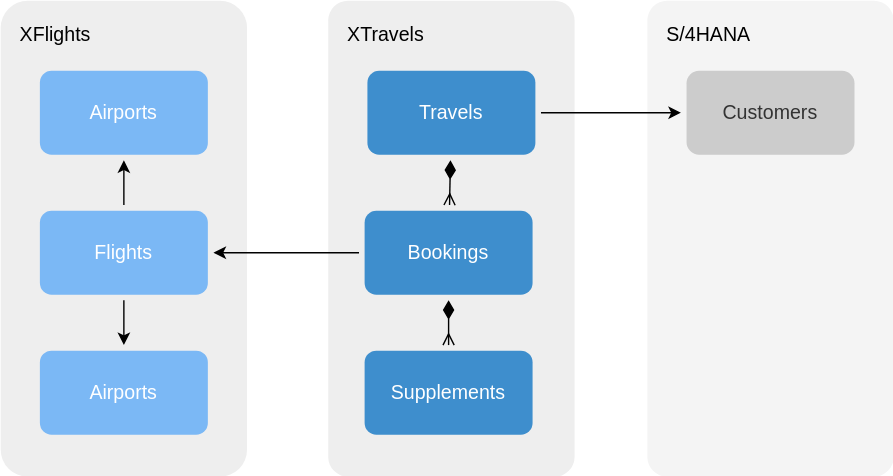
capire/docs keeps this draw.io diagram as guides/integration/assets/xtravels-sample.drawio.svg. Above is the earlier version. Source tidied: cells renumbered, new cells last; positions are measured from the earlier drawing's top-left corner, leaving out a move shared by most shapes. The source it was exported from:
```xml
<mxGraphModel>
  <root>
    <mxCell id="0" />
    <mxCell id="1" parent="0" />
    <mxCell id="2" value="S/4HANA" style="rounded=1;whiteSpace=wrap;html=1;strokeWidth=2;perimeterSpacing=4;strokeColor=none;fillColor=#F4F4F4;arcSize=8;align=left;verticalAlign=top;spacingLeft=3;spacing=11;fontFamily=Helvetica;fontSize=14;fontColor=default;" parent="1" vertex="1">
      <mxGeometry x="462" width="176" height="340" as="geometry" />
    </mxCell>
    <mxCell id="3" value="XFlights" style="rounded=1;whiteSpace=wrap;html=1;strokeWidth=2;perimeterSpacing=4;strokeColor=none;fillColor=#EEEEEE;arcSize=11;labelPosition=center;verticalLabelPosition=middle;align=left;verticalAlign=top;spacing=11;spacingLeft=3;fontSize=14;" parent="1" vertex="1">
      <mxGeometry width="176" height="340" as="geometry" />
    </mxCell>
    <mxCell id="4" value="XTravels" style="rounded=1;whiteSpace=wrap;html=1;strokeWidth=2;perimeterSpacing=4;strokeColor=none;fillColor=#EEEEEE;arcSize=8;align=left;verticalAlign=top;spacingLeft=3;spacing=11;fontFamily=Helvetica;fontSize=14;fontColor=default;" parent="1" vertex="1">
      <mxGeometry x="234" width="176" height="340" as="geometry" />
    </mxCell>
    <mxCell id="5" style="rounded=0;jettySize=auto;html=1;startArrow=diamondThin;startFill=1;startSize=11;endArrow=ERmany;endFill=0;" parent="1" edge="1" source="6" target="9">
      <mxGeometry relative="1" as="geometry" />
    </mxCell>
    <mxCell id="6" value="Travels" style="rounded=1;whiteSpace=wrap;html=1;strokeWidth=2;flipH=1;perimeterSpacing=4;fontSize=14;shadow=0;align=center;verticalAlign=middle;spacingLeft=0;spacingRight=0;spacing=10;arcSize=14;fontFamily=Helvetica;fontColor=#FFFFFF;fontStyle=0;labelBackgroundColor=none;fillColor=#3E8ECD;strokeColor=none;" parent="1" vertex="1">
      <mxGeometry x="262" y="50" width="120" height="60" as="geometry" />
    </mxCell>
    <mxCell id="7" style="rounded=0;jettySize=auto;html=1;" parent="1" edge="1" source="9" target="10">
      <mxGeometry relative="1" as="geometry" />
    </mxCell>
    <mxCell id="8" style="rounded=0;jettySize=auto;html=1;" parent="1" edge="1" source="6" target="15">
      <mxGeometry relative="1" as="geometry" />
    </mxCell>
    <mxCell id="9" value="Bookings" style="rounded=1;whiteSpace=wrap;html=1;strokeWidth=2;flipH=1;perimeterSpacing=4;fontSize=14;shadow=0;align=center;verticalAlign=middle;spacingLeft=0;spacingRight=0;spacing=10;arcSize=14;fontFamily=Helvetica;fontColor=#FFFFFF;fontStyle=0;labelBackgroundColor=none;fillColor=#3E8ECD;strokeColor=none;" parent="1" vertex="1">
      <mxGeometry x="260" y="150" width="120" height="60" as="geometry" />
    </mxCell>
    <mxCell id="10" value="Flights" style="rounded=1;whiteSpace=wrap;html=1;strokeWidth=2;flipH=1;perimeterSpacing=4;fontSize=14;shadow=0;align=center;verticalAlign=middle;spacingLeft=0;spacingRight=0;spacing=10;arcSize=14;fontFamily=Helvetica;fontColor=#FFFFFF;fontStyle=0;labelBackgroundColor=none;fillColor=#7BB8F5;strokeColor=none;" parent="1" vertex="1">
      <mxGeometry x="28" y="150" width="120" height="60" as="geometry" />
    </mxCell>
    <mxCell id="11" value="Airports" style="rounded=1;whiteSpace=wrap;html=1;strokeWidth=2;flipH=1;perimeterSpacing=4;fontSize=14;shadow=0;align=center;verticalAlign=middle;spacingLeft=0;spacingRight=0;spacing=10;arcSize=14;fontFamily=Helvetica;fontColor=#FFFFFF;fontStyle=0;labelBackgroundColor=none;fillColor=#7BB8F5;strokeColor=none;" parent="1" vertex="1">
      <mxGeometry x="28" y="50" width="120" height="60" as="geometry" />
    </mxCell>
    <mxCell id="12" value="Airports" style="rounded=1;whiteSpace=wrap;html=1;strokeWidth=2;flipH=1;perimeterSpacing=4;fontSize=14;shadow=0;align=center;verticalAlign=middle;spacingLeft=0;spacingRight=0;spacing=10;arcSize=14;fontFamily=Helvetica;fontColor=#FFFFFF;fontStyle=0;labelBackgroundColor=none;fillColor=#7BB8F5;strokeColor=none;" parent="1" vertex="1">
      <mxGeometry x="28" y="250" width="120" height="60" as="geometry" />
    </mxCell>
    <mxCell id="13" style="rounded=0;jettySize=auto;html=1;strokeColor=#000000;" parent="1" edge="1" source="10" target="11">
      <mxGeometry relative="1" as="geometry" />
    </mxCell>
    <mxCell id="14" style="rounded=0;jettySize=auto;html=1;" parent="1" edge="1" source="10" target="12">
      <mxGeometry relative="1" as="geometry" />
    </mxCell>
    <mxCell id="15" value="Customers" style="rounded=1;whiteSpace=wrap;html=1;strokeWidth=2;flipH=1;perimeterSpacing=4;fontSize=14;fillColor=#CCCCCC;strokeColor=none;fontColor=#333333;" parent="1" vertex="1">
      <mxGeometry x="490" y="50" width="120" height="60" as="geometry" />
    </mxCell>
    <mxCell id="16" style="rounded=0;jettySize=auto;html=1;startArrow=diamondThin;startFill=1;startSize=11;endArrow=ERmany;endFill=0;" parent="1" edge="1" source="9" target="17">
      <mxGeometry relative="1" as="geometry" />
    </mxCell>
    <mxCell id="17" value="Supplements" style="rounded=1;whiteSpace=wrap;html=1;strokeWidth=2;flipH=1;perimeterSpacing=4;fontSize=14;shadow=0;align=center;verticalAlign=middle;spacingLeft=0;spacingRight=0;spacing=10;arcSize=14;fontFamily=Helvetica;fontColor=#FFFFFF;fontStyle=0;labelBackgroundColor=none;fillColor=#3E8ECD;strokeColor=none;" parent="1" vertex="1">
      <mxGeometry x="260" y="250" width="120" height="60" as="geometry" />
    </mxCell>
  </root>
</mxGraphModel>
```
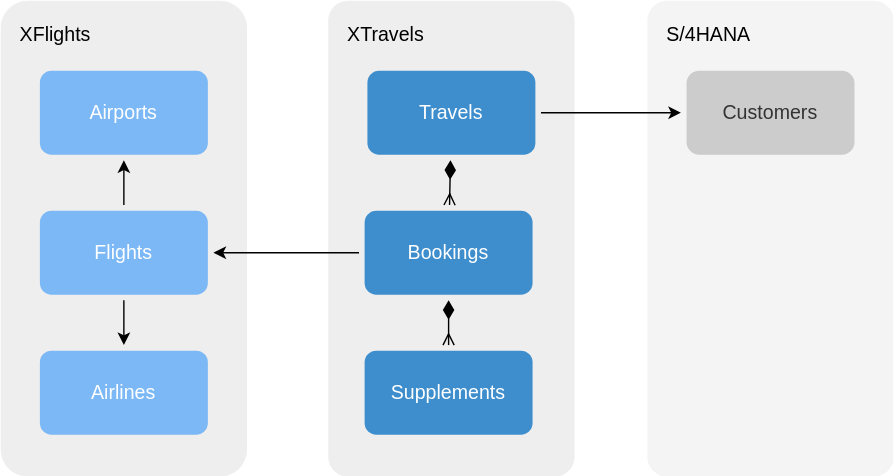
The same diagram one commit later.

Commit message:
replaced doubled airports with airlines

Diff of the diagram source:
```diff
@@ -32,7 +32,7 @@
     <mxCell id="11" value="Airports" style="rounded=1;whiteSpace=wrap;html=1;strokeWidth=2;flipH=1;perimeterSpacing=4;fontSize=14;shadow=0;align=center;verticalAlign=middle;spacingLeft=0;spacingRight=0;spacing=10;arcSize=14;fontFamily=Helvetica;fontColor=#FFFFFF;fontStyle=0;labelBackgroundColor=none;fillColor=#7BB8F5;strokeColor=none;" parent="1" vertex="1">
       <mxGeometry x="28" y="50" width="120" height="60" as="geometry" />
     </mxCell>
-    <mxCell id="12" value="Airports" style="rounded=1;whiteSpace=wrap;html=1;strokeWidth=2;flipH=1;perimeterSpacing=4;fontSize=14;shadow=0;align=center;verticalAlign=middle;spacingLeft=0;spacingRight=0;spacing=10;arcSize=14;fontFamily=Helvetica;fontColor=#FFFFFF;fontStyle=0;labelBackgroundColor=none;fillColor=#7BB8F5;strokeColor=none;" parent="1" vertex="1">
+    <mxCell id="12" value="Airlines" style="rounded=1;whiteSpace=wrap;html=1;strokeWidth=2;flipH=1;perimeterSpacing=4;fontSize=14;shadow=0;align=center;verticalAlign=middle;spacingLeft=0;spacingRight=0;spacing=10;arcSize=14;fontFamily=Helvetica;fontColor=#FFFFFF;fontStyle=0;labelBackgroundColor=none;fillColor=#7BB8F5;strokeColor=none;" parent="1" vertex="1">
       <mxGeometry x="28" y="250" width="120" height="60" as="geometry" />
     </mxCell>
     <mxCell id="13" style="rounded=0;jettySize=auto;html=1;strokeColor=#000000;" parent="1" edge="1" source="10" target="11">
```
